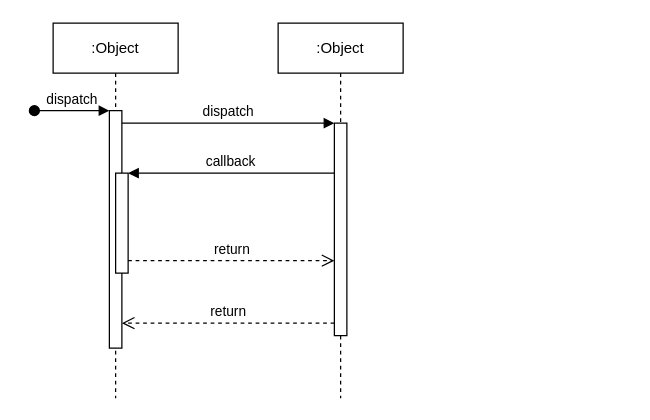
Before: seq.drawio in cielcs/usecase, a draw.io diagram. Source tidied: cells renumbered, new cells numbered last; positions are measured from the earlier drawing's top-left corner, leaving out a move shared by most shapes. Both pictures are drawn from the tidied source at 125%, with x=0, y=0 at pixel (34, 22).
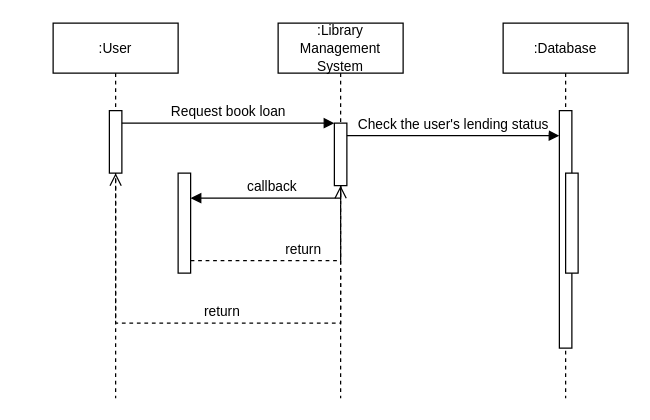
The same diagram, later.

Commit message:
seq.drawio を更新します

Diff of the diagram source:
```diff
@@
-    <mxCell id="2" value=":Object" style="shape=umlLifeline;perimeter=lifelinePerimeter;whiteSpace=wrap;html=1;newEdgeStyle={&quot;edgeStyle&quot;:&quot;elbowEdgeStyle&quot;,&quot;elbow&quot;:&quot;vertical&quot;,&quot;curved&quot;:0,&quot;rounded&quot;:0};" parent="1" vertex="1">
+    <mxCell id="2" value="&lt;font style=&quot;font-size: 11px;&quot;&gt;:User&lt;/font&gt;" style="shape=umlLifeline;perimeter=lifelinePerimeter;whiteSpace=wrap;html=1;newEdgeStyle={&quot;edgeStyle&quot;:&quot;elbowEdgeStyle&quot;,&quot;elbow&quot;:&quot;vertical&quot;,&quot;curved&quot;:0,&quot;rounded&quot;:0};" parent="1" vertex="1">
       <mxGeometry x="15" width="100" height="300" as="geometry" />
     </mxCell>
     <mxCell id="3" style="html=1;points=[];perimeter=orthogonalPerimeter;outlineConnect=0;targetShapes=umlLifeline;portConstraint=eastwest;newEdgeStyle={&quot;edgeStyle&quot;:&quot;elbowEdgeStyle&quot;,&quot;elbow&quot;:&quot;vertical&quot;,&quot;curved&quot;:0,&quot;rounded&quot;:0};" parent="2" vertex="1">
-      <mxGeometry x="45" y="70" width="10" height="190" as="geometry" />
+      <mxGeometry x="45" y="70" width="10" height="50" as="geometry" />
     </mxCell>
-    <mxCell id="4" value="dispatch" style="html=1;verticalAlign=bottom;startArrow=oval;endArrow=block;startSize=8;edgeStyle=elbowEdgeStyle;elbow=vertical;curved=0;rounded=0;" parent="2" edge="1" target="3">
-      <mxGeometry relative="1" as="geometry">
-        <mxPoint x="-15" y="70" as="sourcePoint" />
-      </mxGeometry>
-    </mxCell>
-    <mxCell id="5" style="html=1;points=[];perimeter=orthogonalPerimeter;outlineConnect=0;targetShapes=umlLifeline;portConstraint=eastwest;newEdgeStyle={&quot;edgeStyle&quot;:&quot;elbowEdgeStyle&quot;,&quot;elbow&quot;:&quot;vertical&quot;,&quot;curved&quot;:0,&quot;rounded&quot;:0};" parent="2" vertex="1">
-      <mxGeometry x="50" y="120" width="10" height="80" as="geometry" />
-    </mxCell>
-    <mxCell id="6" value=":Object" style="shape=umlLifeline;perimeter=lifelinePerimeter;whiteSpace=wrap;html=1;newEdgeStyle={&quot;edgeStyle&quot;:&quot;elbowEdgeStyle&quot;,&quot;elbow&quot;:&quot;vertical&quot;,&quot;curved&quot;:0,&quot;rounded&quot;:0};" parent="1" vertex="1">
+    <mxCell id="6" value="&lt;font style=&quot;font-size: 11px;&quot;&gt;:Library Management System&lt;/font&gt;" style="shape=umlLifeline;perimeter=lifelinePerimeter;whiteSpace=wrap;html=1;newEdgeStyle={&quot;edgeStyle&quot;:&quot;elbowEdgeStyle&quot;,&quot;elbow&quot;:&quot;vertical&quot;,&quot;curved&quot;:0,&quot;rounded&quot;:0};" parent="1" vertex="1">
       <mxGeometry x="195" width="100" height="300" as="geometry" />
     </mxCell>
     <mxCell id="7" style="html=1;points=[];perimeter=orthogonalPerimeter;outlineConnect=0;targetShapes=umlLifeline;portConstraint=eastwest;newEdgeStyle={&quot;edgeStyle&quot;:&quot;elbowEdgeStyle&quot;,&quot;elbow&quot;:&quot;vertical&quot;,&quot;curved&quot;:0,&quot;rounded&quot;:0};" parent="6" vertex="1">
-      <mxGeometry x="45" y="80" width="10" height="170" as="geometry" />
+      <mxGeometry x="45" y="80" width="10" height="50" as="geometry" />
     </mxCell>
-    <mxCell id="8" value="dispatch" style="html=1;verticalAlign=bottom;endArrow=block;edgeStyle=elbowEdgeStyle;elbow=vertical;curved=0;rounded=0;" parent="1" edge="1" source="3" target="7">
+    <mxCell id="8" value="Request book loan" style="html=1;verticalAlign=bottom;endArrow=block;edgeStyle=elbowEdgeStyle;elbow=vertical;curved=0;rounded=0;" parent="1" edge="1" source="3" target="7">
       <mxGeometry relative="1" as="geometry">
         <Array as="points">
           <mxPoint x="155" y="80" />
         </Array>
       </mxGeometry>
     </mxCell>
@@
-    <mxCell id="10" value="callback" style="html=1;verticalAlign=bottom;endArrow=block;edgeStyle=elbowEdgeStyle;elbow=vertical;curved=0;rounded=0;" parent="1" edge="1" source="7" target="5">
+    <mxCell id="10" value="callback" style="html=1;verticalAlign=bottom;endArrow=block;edgeStyle=elbowEdgeStyle;elbow=vertical;curved=0;rounded=0;" parent="1" edge="1">
       <mxGeometry relative="1" as="geometry">
+        <mxPoint x="245" y="130" as="sourcePoint" />
+        <mxPoint x="125" y="140" as="targetPoint" />
         <Array as="points">
-          <mxPoint x="165" y="120" />
+          <mxPoint x="165" y="140" />
         </Array>
       </mxGeometry>
     </mxCell>
-    <mxCell id="11" value="return" style="html=1;verticalAlign=bottom;endArrow=open;dashed=1;endSize=8;edgeStyle=elbowEdgeStyle;elbow=vertical;curved=0;rounded=0;" parent="1" edge="1" source="5" target="7">
+    <mxCell id="11" value="return" style="html=1;verticalAlign=bottom;endArrow=open;dashed=1;endSize=8;edgeStyle=elbowEdgeStyle;elbow=vertical;curved=0;rounded=0;" parent="1" edge="1" source="5">
       <mxGeometry relative="1" as="geometry">
+        <mxPoint x="245" y="130" as="targetPoint" />
         <Array as="points">
           <mxPoint x="155" y="190" />
         </Array>
       </mxGeometry>
     </mxCell>
+    <mxCell id="12" value="&lt;font style=&quot;font-size: 11px;&quot;&gt;:Database&lt;/font&gt;" style="shape=umlLifeline;perimeter=lifelinePerimeter;whiteSpace=wrap;html=1;newEdgeStyle={&quot;edgeStyle&quot;:&quot;elbowEdgeStyle&quot;,&quot;elbow&quot;:&quot;vertical&quot;,&quot;curved&quot;:0,&quot;rounded&quot;:0};" parent="1" vertex="1">
+      <mxGeometry x="375" width="100" height="300" as="geometry" />
+    </mxCell>
+    <mxCell id="13" style="html=1;perimeter=orthogonalPerimeter;targetShapes=umlLifeline;newEdgeStyle={&quot;edgeStyle&quot;:&quot;elbowEdgeStyle&quot;,&quot;elbow&quot;:&quot;vertical&quot;,&quot;curved&quot;:0,&quot;rounded&quot;:0};" parent="12" vertex="1">
+      <mxGeometry x="45" y="70" width="10" height="190" as="geometry" />
+    </mxCell>
+    <mxCell id="14" style="html=1;perimeter=orthogonalPerimeter;targetShapes=umlLifeline;newEdgeStyle={&quot;edgeStyle&quot;:&quot;elbowEdgeStyle&quot;,&quot;elbow&quot;:&quot;vertical&quot;,&quot;curved&quot;:0,&quot;rounded&quot;:0};" parent="12" vertex="1">
+      <mxGeometry x="50" y="120" width="10" height="80" as="geometry" />
+    </mxCell>
+    <mxCell id="5" style="html=1;points=[];perimeter=orthogonalPerimeter;outlineConnect=0;targetShapes=umlLifeline;portConstraint=eastwest;newEdgeStyle={&quot;edgeStyle&quot;:&quot;elbowEdgeStyle&quot;,&quot;elbow&quot;:&quot;vertical&quot;,&quot;curved&quot;:0,&quot;rounded&quot;:0};" parent="1" vertex="1">
+      <mxGeometry x="115" y="120" width="10" height="80" as="geometry" />
+    </mxCell>
+    <mxCell id="15" value="Check the user's lending status" style="html=1;verticalAlign=bottom;endArrow=block;edgeStyle=elbowEdgeStyle;elbow=vertical;curved=0;rounded=0;" parent="1" edge="1">
+      <mxGeometry relative="1" as="geometry">
+        <mxPoint x="250" y="90" as="sourcePoint" />
+        <mxPoint x="420" y="90" as="targetPoint" />
+        <Array as="points">
+          <mxPoint x="330" y="90" />
+        </Array>
+      </mxGeometry>
+    </mxCell>
```
